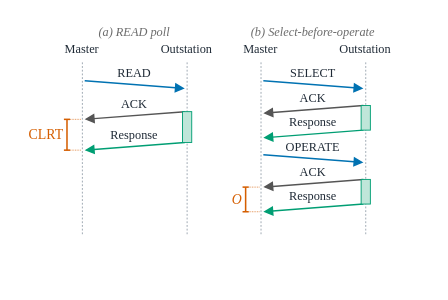
Above: paper/rewrite/figures/fig_ladder.drawio in akekulip/DNP3_obf (draw.io), before the change. Source tidied: cells renumbered, new cells numbered last; positions are measured from the earlier drawing's top-left corner, leaving out a move shared by most shapes. Both pictures are drawn from the tidied source at 154%, with x=0, y=0 at pixel (29, 25).
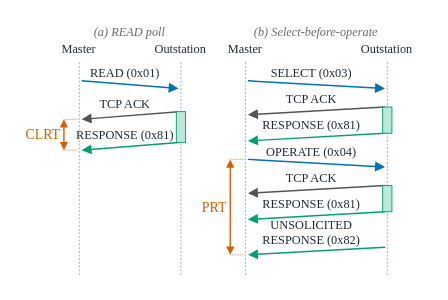
The same diagram, later.

What changed in the source:
```diff
@@
     <mxCell id="2" value="(a) READ poll" style="text;html=0;strokeColor=none;fillColor=none;align=center;verticalAlign=middle;fontFamily=Times New Roman;fontSize=8;fontColor=#6B6B6B;spacing=0;fontStyle=2;" parent="1" vertex="1">
-      <mxGeometry x="18" width="100" height="9" as="geometry" />
+      <mxGeometry x="15" width="100" height="9" as="geometry" />
     </mxCell>
     <mxCell id="3" value="Master" style="text;html=0;strokeColor=none;fillColor=none;align=center;verticalAlign=middle;fontFamily=Times New Roman;fontSize=8;fontColor=#1F2A36;spacing=0;" parent="1" vertex="1">
-      <mxGeometry x="11" y="11" width="46" height="9" as="geometry" />
+      <mxGeometry x="9" y="11" width="46" height="9" as="geometry" />
     </mxCell>
     <mxCell id="4" value="Outstation" style="text;html=0;strokeColor=none;fillColor=none;align=center;verticalAlign=middle;fontFamily=Times New Roman;fontSize=8;fontColor=#1F2A36;spacing=0;" parent="1" vertex="1">
-      <mxGeometry x="79" y="11" width="46" height="9" as="geometry" />
+      <mxGeometry x="75" y="11" width="46" height="9" as="geometry" />
     </mxCell>
     <mxCell id="5" style="endArrow=none;startArrow=none;strokeColor=#9AA4AE;strokeWidth=0.6;dashed=1;dashPattern=2 2;" parent="1" edge="1">
       <mxGeometry relative="1" as="geometry">
-        <mxPoint x="34" y="24" as="sourcePoint" />
-        <mxPoint x="34" y="136" as="targetPoint" />
+        <mxPoint x="32" y="24" as="sourcePoint" />
+        <mxPoint x="32" y="162" as="targetPoint" />
       </mxGeometry>
     </mxCell>
     <mxCell id="6" style="endArrow=none;startArrow=none;strokeColor=#9AA4AE;strokeWidth=0.6;dashed=1;dashPattern=2 2;" parent="1" edge="1">
       <mxGeometry relative="1" as="geometry">
-        <mxPoint x="102" y="24" as="sourcePoint" />
-        <mxPoint x="102" y="136" as="targetPoint" />
+        <mxPoint x="98" y="24" as="sourcePoint" />
+        <mxPoint x="98" y="162" as="targetPoint" />
       </mxGeometry>
     </mxCell>
     <mxCell id="7" value="(b) Select-before-operate" style="text;html=0;strokeColor=none;fillColor=none;align=center;verticalAlign=middle;fontFamily=Times New Roman;fontSize=8;fontColor=#6B6B6B;spacing=0;fontStyle=2;" parent="1" vertex="1">
-      <mxGeometry x="134" width="100" height="9" as="geometry" />
+      <mxGeometry x="136" width="100" height="9" as="geometry" />
     </mxCell>
     <mxCell id="8" value="Master" style="text;html=0;strokeColor=none;fillColor=none;align=center;verticalAlign=middle;fontFamily=Times New Roman;fontSize=8;fontColor=#1F2A36;spacing=0;" parent="1" vertex="1">
-      <mxGeometry x="127" y="11" width="46" height="9" as="geometry" />
+      <mxGeometry x="117" y="11" width="46" height="9" as="geometry" />
     </mxCell>
     <mxCell id="9" value="Outstation" style="text;html=0;strokeColor=none;fillColor=none;align=center;verticalAlign=middle;fontFamily=Times New Roman;fontSize=8;fontColor=#1F2A36;spacing=0;" parent="1" vertex="1">
-      <mxGeometry x="195" y="11" width="46" height="9" as="geometry" />
+      <mxGeometry x="209" y="11" width="46" height="9" as="geometry" />
     </mxCell>
     <mxCell id="10" style="endArrow=none;startArrow=none;strokeColor=#9AA4AE;strokeWidth=0.6;dashed=1;dashPattern=2 2;" parent="1" edge="1">
       <mxGeometry relative="1" as="geometry">
-        <mxPoint x="150" y="24" as="sourcePoint" />
-        <mxPoint x="150" y="136" as="targetPoint" />
+        <mxPoint x="140" y="24" as="sourcePoint" />
+        <mxPoint x="140" y="162" as="targetPoint" />
       </mxGeometry>
     </mxCell>
     <mxCell id="11" style="endArrow=none;startArrow=none;strokeColor=#9AA4AE;strokeWidth=0.6;dashed=1;dashPattern=2 2;" parent="1" edge="1">
       <mxGeometry relative="1" as="geometry">
-        <mxPoint x="218" y="24" as="sourcePoint" />
-        <mxPoint x="218" y="136" as="targetPoint" />
+        <mxPoint x="232" y="24" as="sourcePoint" />
+        <mxPoint x="232" y="162" as="targetPoint" />
       </mxGeometry>
     </mxCell>
     <mxCell id="12" style="endArrow=block;endFill=1;endSize=4;startArrow=none;strokeColor=#0072B2;strokeWidth=0.95;" parent="1" edge="1">
       <mxGeometry relative="1" as="geometry">
-        <mxPoint x="35.5" y="36" as="sourcePoint" />
-        <mxPoint x="100.5" y="41" as="targetPoint" />
+        <mxPoint x="33.5" y="36" as="sourcePoint" />
+        <mxPoint x="96.5" y="41" as="targetPoint" />
       </mxGeometry>
     </mxCell>
-    <mxCell id="13" value="READ" style="text;html=0;strokeColor=none;fillColor=none;align=center;verticalAlign=middle;fontFamily=Times New Roman;fontSize=8;fontColor=#1F2A36;spacing=0;" parent="1" vertex="1">
-      <mxGeometry x="35" y="26.5" width="66" height="9" as="geometry" />
+    <mxCell id="13" value="READ (0x01)" style="text;html=0;strokeColor=none;fillColor=none;align=center;verticalAlign=middle;fontFamily=Times New Roman;fontSize=8;fontColor=#1F2A36;spacing=0;" parent="1" vertex="1">
+      <mxGeometry x="29" y="26.5" width="66" height="9" as="geometry" />
     </mxCell>
     <mxCell id="14" style="endArrow=block;endFill=1;endSize=4;startArrow=none;strokeColor=#555555;strokeWidth=0.95;" parent="1" edge="1">
       <mxGeometry relative="1" as="geometry">
-        <mxPoint x="100.5" y="56" as="sourcePoint" />
-        <mxPoint x="35.5" y="61" as="targetPoint" />
+        <mxPoint x="96.5" y="56" as="sourcePoint" />
+        <mxPoint x="33.5" y="61" as="targetPoint" />
       </mxGeometry>
     </mxCell>
-    <mxCell id="15" value="ACK" style="text;html=0;strokeColor=none;fillColor=none;align=center;verticalAlign=middle;fontFamily=Times New Roman;fontSize=8;fontColor=#1F2A36;spacing=0;" parent="1" vertex="1">
-      <mxGeometry x="35" y="46.5" width="66" height="9" as="geometry" />
+    <mxCell id="15" value="TCP ACK" style="text;html=0;strokeColor=none;fillColor=none;align=center;verticalAlign=middle;fontFamily=Times New Roman;fontSize=8;fontColor=#1F2A36;spacing=0;" parent="1" vertex="1">
+      <mxGeometry x="29" y="46.5" width="66" height="9" as="geometry" />
     </mxCell>
     <mxCell id="16" style="endArrow=block;endFill=1;endSize=4;startArrow=none;strokeColor=#009E73;strokeWidth=0.95;" parent="1" edge="1">
       <mxGeometry relative="1" as="geometry">
-        <mxPoint x="100.5" y="76" as="sourcePoint" />
-        <mxPoint x="35.5" y="81" as="targetPoint" />
+        <mxPoint x="96.5" y="76" as="sourcePoint" />
+        <mxPoint x="33.5" y="81" as="targetPoint" />
       </mxGeometry>
     </mxCell>
-    <mxCell id="17" value="Response" style="text;html=0;strokeColor=none;fillColor=none;align=center;verticalAlign=middle;fontFamily=Times New Roman;fontSize=8;fontColor=#1F2A36;spacing=0;" parent="1" vertex="1">
-      <mxGeometry x="35" y="66.5" width="66" height="9" as="geometry" />
+    <mxCell id="17" value="RESPONSE (0x81)" style="text;html=0;strokeColor=none;fillColor=none;align=center;verticalAlign=middle;fontFamily=Times New Roman;fontSize=8;fontColor=#1F2A36;spacing=0;" parent="1" vertex="1">
+      <mxGeometry x="29" y="66.5" width="66" height="9" as="geometry" />
     </mxCell>
     <mxCell id="18" style="fillColor=#BFE6D9;strokeColor=#009E73;strokeWidth=0.6;" parent="1" vertex="1">
-      <mxGeometry x="99" y="56" width="6" height="20" as="geometry" />
+      <mxGeometry x="95" y="56" width="6" height="20" as="geometry" />
     </mxCell>
-    <mxCell id="19" style="endArrow=none;startArrow=none;strokeColor=#D55E00;strokeWidth=1.0;" parent="1" edge="1">
+    <mxCell id="19" style="startArrow=block;startFill=1;startSize=3;endArrow=block;endFill=1;endSize=3;strokeColor=#D55E00;strokeWidth=0.9;" parent="1" edge="1">
       <mxGeometry relative="1" as="geometry">
-        <mxPoint x="24" y="61" as="sourcePoint" />
-        <mxPoint x="24" y="81" as="targetPoint" />
+        <mxPoint x="22" y="61" as="sourcePoint" />
+        <mxPoint x="22" y="81" as="targetPoint" />
       </mxGeometry>
     </mxCell>
-    <mxCell id="20" style="endArrow=none;startArrow=none;strokeColor=#D55E00;strokeWidth=1.0;" parent="1" edge="1">
+    <mxCell id="20" style="endArrow=none;startArrow=none;strokeColor=#D55E00;strokeWidth=0.45;dashed=1;dashPattern=1.2 1.2;" parent="1" edge="1">
       <mxGeometry relative="1" as="geometry">
         <mxPoint x="22" y="61" as="sourcePoint" />
-        <mxPoint x="26" y="61" as="targetPoint" />
+        <mxPoint x="31" y="61" as="targetPoint" />
       </mxGeometry>
     </mxCell>
     <mxCell id="21" style="endArrow=none;startArrow=none;strokeColor=#D55E00;strokeWidth=0.45;dashed=1;dashPattern=1.2 1.2;" parent="1" edge="1">
       <mxGeometry relative="1" as="geometry">
-        <mxPoint x="26" y="61" as="sourcePoint" />
-        <mxPoint x="33" y="61" as="targetPoint" />
+        <mxPoint x="22" y="81" as="sourcePoint" />
+        <mxPoint x="31" y="81" as="targetPoint" />
       </mxGeometry>
     </mxCell>
-    <mxCell id="22" style="endArrow=none;startArrow=none;strokeColor=#D55E00;strokeWidth=1.0;" parent="1" edge="1">
-      <mxGeometry relative="1" as="geometry">
-        <mxPoint x="22" y="81" as="sourcePoint" />
-        <mxPoint x="26" y="81" as="targetPoint" />
-      </mxGeometry>
+    <mxCell id="22" value="CLRT" style="text;html=0;strokeColor=none;fillColor=none;align=right;verticalAlign=middle;fontFamily=Times New Roman;fontSize=9;fontColor=#D55E00;spacing=0;" parent="1" vertex="1">
+      <mxGeometry x="-2" y="66" width="22" height="10" as="geometry" />
     </mxCell>
-    <mxCell id="23" style="endArrow=none;startArrow=none;strokeColor=#D55E00;strokeWidth=0.45;dashed=1;dashPattern=1.2 1.2;" parent="1" edge="1">
+    <mxCell id="23" style="endArrow=block;endFill=1;endSize=4;startArrow=none;strokeColor=#0072B2;strokeWidth=0.95;" parent="1" edge="1">
       <mxGeometry relative="1" as="geometry">
-        <mxPoint x="26" y="81" as="sourcePoint" />
-        <mxPoint x="33" y="81" as="targetPoint" />
+        <mxPoint x="141.5" y="36" as="sourcePoint" />
+        <mxPoint x="230.5" y="41" as="targetPoint" />
       </mxGeometry>
     </mxCell>
-    <mxCell id="24" value="CLRT" style="text;html=0;strokeColor=none;fillColor=none;align=right;verticalAlign=middle;fontFamily=Times New Roman;fontSize=9;fontColor=#D55E00;spacing=0;" parent="1" vertex="1">
-      <mxGeometry y="66" width="22" height="10" as="geometry" />
+    <mxCell id="24" value="SELECT (0x03)" style="text;html=0;strokeColor=none;fillColor=none;align=center;verticalAlign=middle;fontFamily=Times New Roman;fontSize=8;fontColor=#1F2A36;spacing=0;" parent="1" vertex="1">
+      <mxGeometry x="150" y="26.5" width="66" height="9" as="geometry" />
     </mxCell>
-    <mxCell id="25" style="endArrow=block;endFill=1;endSize=4;startArrow=none;strokeColor=#0072B2;strokeWidth=0.95;" parent="1" edge="1">
+    <mxCell id="25" style="endArrow=block;endFill=1;endSize=4;startArrow=none;strokeColor=#555555;strokeWidth=0.95;" parent="1" edge="1">
       <mxGeometry relative="1" as="geometry">
-        <mxPoint x="151.5" y="36" as="sourcePoint" />
-        <mxPoint x="216.5" y="41" as="targetPoint" />
+        <mxPoint x="230.5" y="53" as="sourcePoint" />
+        <mxPoint x="141.5" y="58" as="targetPoint" />
       </mxGeometry>
     </mxCell>
-    <mxCell id="26" value="SELECT" style="text;html=0;strokeColor=none;fillColor=none;align=center;verticalAlign=middle;fontFamily=Times New Roman;fontSize=8;fontColor=#1F2A36;spacing=0;" parent="1" vertex="1">
-      <mxGeometry x="151" y="26.5" width="66" height="9" as="geometry" />
+    <mxCell id="26" value="TCP ACK" style="text;html=0;strokeColor=none;fillColor=none;align=center;verticalAlign=middle;fontFamily=Times New Roman;fontSize=8;fontColor=#1F2A36;spacing=0;" parent="1" vertex="1">
+      <mxGeometry x="150" y="43.5" width="66" height="9" as="geometry" />
     </mxCell>
-    <mxCell id="27" style="endArrow=block;endFill=1;endSize=4;startArrow=none;strokeColor=#555555;strokeWidth=0.95;" parent="1" edge="1">
+    <mxCell id="27" style="endArrow=block;endFill=1;endSize=4;startArrow=none;strokeColor=#009E73;strokeWidth=0.95;" parent="1" edge="1">
       <mxGeometry relative="1" as="geometry">
-        <mxPoint x="216.5" y="52" as="sourcePoint" />
-        <mxPoint x="151.5" y="57" as="targetPoint" />
+        <mxPoint x="230.5" y="70" as="sourcePoint" />
+        <mxPoint x="141.5" y="75" as="targetPoint" />
       </mxGeometry>
     </mxCell>
-    <mxCell id="28" value="ACK" style="text;html=0;strokeColor=none;fillColor=none;align=center;verticalAlign=middle;fontFamily=Times New Roman;fontSize=8;fontColor=#1F2A36;spacing=0;" parent="1" vertex="1">
-      <mxGeometry x="151" y="42.5" width="66" height="9" as="geometry" />
+    <mxCell id="28" value="RESPONSE (0x81)" style="text;html=0;strokeColor=none;fillColor=none;align=center;verticalAlign=middle;fontFamily=Times New Roman;fontSize=8;fontColor=#1F2A36;spacing=0;" parent="1" vertex="1">
+      <mxGeometry x="150" y="60.5" width="66" height="9" as="geometry" />
     </mxCell>
-    <mxCell id="29" style="endArrow=block;endFill=1;endSize=4;startArrow=none;strokeColor=#009E73;strokeWidth=0.95;" parent="1" edge="1">
+    <mxCell id="29" style="endArrow=block;endFill=1;endSize=4;startArrow=none;strokeColor=#0072B2;strokeWidth=0.95;" parent="1" edge="1">
       <mxGeometry relative="1" as="geometry">
-        <mxPoint x="216.5" y="68" as="sourcePoint" />
-        <mxPoint x="151.5" y="73" as="targetPoint" />
+        <mxPoint x="141.5" y="87" as="sourcePoint" />
+        <mxPoint x="230.5" y="92" as="targetPoint" />
       </mxGeometry>
     </mxCell>
-    <mxCell id="30" value="Response" style="text;html=0;strokeColor=none;fillColor=none;align=center;verticalAlign=middle;fontFamily=Times New Roman;fontSize=8;fontColor=#1F2A36;spacing=0;" parent="1" vertex="1">
-      <mxGeometry x="151" y="58.5" width="66" height="9" as="geometry" />
+    <mxCell id="30" value="OPERATE (0x04)" style="text;html=0;strokeColor=none;fillColor=none;align=center;verticalAlign=middle;fontFamily=Times New Roman;fontSize=8;fontColor=#1F2A36;spacing=0;" parent="1" vertex="1">
+      <mxGeometry x="150" y="77.5" width="66" height="9" as="geometry" />
     </mxCell>
-    <mxCell id="31" style="endArrow=block;endFill=1;endSize=4;startArrow=none;strokeColor=#0072B2;strokeWidth=0.95;" parent="1" edge="1">
+    <mxCell id="31" style="endArrow=block;endFill=1;endSize=4;startArrow=none;strokeColor=#555555;strokeWidth=0.95;" parent="1" edge="1">
       <mxGeometry relative="1" as="geometry">
-        <mxPoint x="151.5" y="84" as="sourcePoint" />
-        <mxPoint x="216.5" y="89" as="targetPoint" />
+        <mxPoint x="230.5" y="104" as="sourcePoint" />
+        <mxPoint x="141.5" y="109" as="targetPoint" />
       </mxGeometry>
     </mxCell>
-    <mxCell id="32" value="OPERATE" style="text;html=0;strokeColor=none;fillColor=none;align=center;verticalAlign=middle;fontFamily=Times New Roman;fontSize=8;fontColor=#1F2A36;spacing=0;" parent="1" vertex="1">
-      <mxGeometry x="151" y="74.5" width="66" height="9" as="geometry" />
+    <mxCell id="32" value="TCP ACK" style="text;html=0;strokeColor=none;fillColor=none;align=center;verticalAlign=middle;fontFamily=Times New Roman;fontSize=8;fontColor=#1F2A36;spacing=0;" parent="1" vertex="1">
+      <mxGeometry x="150" y="94.5" width="66" height="9" as="geometry" />
     </mxCell>
-    <mxCell id="33" style="endArrow=block;endFill=1;endSize=4;startArrow=none;strokeColor=#555555;strokeWidth=0.95;" parent="1" edge="1">
+    <mxCell id="33" style="endArrow=block;endFill=1;endSize=4;startArrow=none;strokeColor=#009E73;strokeWidth=0.95;" parent="1" edge="1">
       <mxGeometry relative="1" as="geometry">
-        <mxPoint x="216.5" y="100" as="sourcePoint" />
-        <mxPoint x="151.5" y="105" as="targetPoint" />
+        <mxPoint x="230.5" y="121" as="sourcePoint" />
+        <mxPoint x="141.5" y="126" as="targetPoint" />
       </mxGeometry>
     </mxCell>
-    <mxCell id="34" value="ACK" style="text;html=0;strokeColor=none;fillColor=none;align=center;verticalAlign=middle;fontFamily=Times New Roman;fontSize=8;fontColor=#1F2A36;spacing=0;" parent="1" vertex="1">
-      <mxGeometry x="151" y="90.5" width="66" height="9" as="geometry" />
+    <mxCell id="34" value="RESPONSE (0x81)" style="text;html=0;strokeColor=none;fillColor=none;align=center;verticalAlign=middle;fontFamily=Times New Roman;fontSize=8;fontColor=#1F2A36;spacing=0;" parent="1" vertex="1">
+      <mxGeometry x="150" y="111.5" width="66" height="9" as="geometry" />
     </mxCell>
     <mxCell id="35" style="endArrow=block;endFill=1;endSize=4;startArrow=none;strokeColor=#009E73;strokeWidth=0.95;" parent="1" edge="1">
       <mxGeometry relative="1" as="geometry">
-        <mxPoint x="216.5" y="116" as="sourcePoint" />
-        <mxPoint x="151.5" y="121" as="targetPoint" />
+        <mxPoint x="230.5" y="144" as="sourcePoint" />
+        <mxPoint x="141.5" y="149" as="targetPoint" />
       </mxGeometry>
     </mxCell>
-    <mxCell id="36" value="Response" style="text;html=0;strokeColor=none;fillColor=none;align=center;verticalAlign=middle;fontFamily=Times New Roman;fontSize=8;fontColor=#1F2A36;spacing=0;" parent="1" vertex="1">
-      <mxGeometry x="151" y="106.5" width="66" height="9" as="geometry" />
+    <mxCell id="36" value="UNSOLICITED&#10;RESPONSE (0x82)" style="text;html=0;strokeColor=none;fillColor=none;align=center;verticalAlign=middle;fontFamily=Times New Roman;fontSize=8;fontColor=#1F2A36;spacing=0;" parent="1" vertex="1">
+      <mxGeometry x="150" y="125.5" width="66" height="18" as="geometry" />
     </mxCell>
     <mxCell id="37" style="fillColor=#BFE6D9;strokeColor=#009E73;strokeWidth=0.6;" parent="1" vertex="1">
-      <mxGeometry x="215" y="52" width="6" height="16" as="geometry" />
+      <mxGeometry x="229" y="53" width="6" height="17" as="geometry" />
     </mxCell>
     <mxCell id="38" style="fillColor=#BFE6D9;strokeColor=#009E73;strokeWidth=0.6;" parent="1" vertex="1">
-      <mxGeometry x="215" y="100" width="6" height="16" as="geometry" />
+      <mxGeometry x="229" y="104" width="6" height="17" as="geometry" />
     </mxCell>
-    <mxCell id="39" style="endArrow=none;startArrow=none;strokeColor=#D55E00;strokeWidth=1.0;" parent="1" edge="1">
+    <mxCell id="39" style="startArrow=block;startFill=1;startSize=3;endArrow=block;endFill=1;endSize=3;strokeColor=#D55E00;strokeWidth=0.9;" parent="1" edge="1">
       <mxGeometry relative="1" as="geometry">
-        <mxPoint x="140" y="105" as="sourcePoint" />
-        <mxPoint x="140" y="121" as="targetPoint" />
+        <mxPoint x="130" y="87" as="sourcePoint" />
+        <mxPoint x="130" y="149" as="targetPoint" />
       </mxGeometry>
     </mxCell>
-    <mxCell id="40" style="endArrow=none;startArrow=none;strokeColor=#D55E00;strokeWidth=1.0;" parent="1" edge="1">
+    <mxCell id="40" style="endArrow=none;startArrow=none;strokeColor=#D55E00;strokeWidth=0.45;dashed=1;dashPattern=1.2 1.2;" parent="1" edge="1">
       <mxGeometry relative="1" as="geometry">
-        <mxPoint x="138" y="105" as="sourcePoint" />
-        <mxPoint x="142" y="105" as="targetPoint" />
+        <mxPoint x="130" y="87" as="sourcePoint" />
+        <mxPoint x="139" y="87" as="targetPoint" />
       </mxGeometry>
     </mxCell>
     <mxCell id="41" style="endArrow=none;startArrow=none;strokeColor=#D55E00;strokeWidth=0.45;dashed=1;dashPattern=1.2 1.2;" parent="1" edge="1">
       <mxGeometry relative="1" as="geometry">
-        <mxPoint x="142" y="105" as="sourcePoint" />
-        <mxPoint x="149" y="105" as="targetPoint" />
+        <mxPoint x="130" y="149" as="sourcePoint" />
+        <mxPoint x="139" y="149" as="targetPoint" />
       </mxGeometry>
     </mxCell>
-    <mxCell id="42" style="endArrow=none;startArrow=none;strokeColor=#D55E00;strokeWidth=1.0;" parent="1" edge="1">
-      <mxGeometry relative="1" as="geometry">
-        <mxPoint x="138" y="121" as="sourcePoint" />
-        <mxPoint x="142" y="121" as="targetPoint" />
-      </mxGeometry>
+    <mxCell id="42" value="PRT" style="text;html=0;strokeColor=none;fillColor=none;align=right;verticalAlign=middle;fontFamily=Times New Roman;fontSize=9;fontColor=#D55E00;spacing=0;" parent="1" vertex="1">
+      <mxGeometry x="106" y="113" width="22" height="10" as="geometry" />
     </mxCell>
-    <mxCell id="43" style="endArrow=none;startArrow=none;strokeColor=#D55E00;strokeWidth=0.45;dashed=1;dashPattern=1.2 1.2;" parent="1" edge="1">
-      <mxGeometry relative="1" as="geometry">
-        <mxPoint x="142" y="121" as="sourcePoint" />
-        <mxPoint x="149" y="121" as="targetPoint" />
-      </mxGeometry>
-    </mxCell>
-    <mxCell id="44" value="O" style="text;html=0;strokeColor=none;fillColor=none;align=right;verticalAlign=middle;fontFamily=Times New Roman;fontSize=9;fontColor=#D55E00;spacing=0;fontStyle=2;" parent="1" vertex="1">
-      <mxGeometry x="128" y="108" width="10" height="10" as="geometry" />
-    </mxCell>
```
